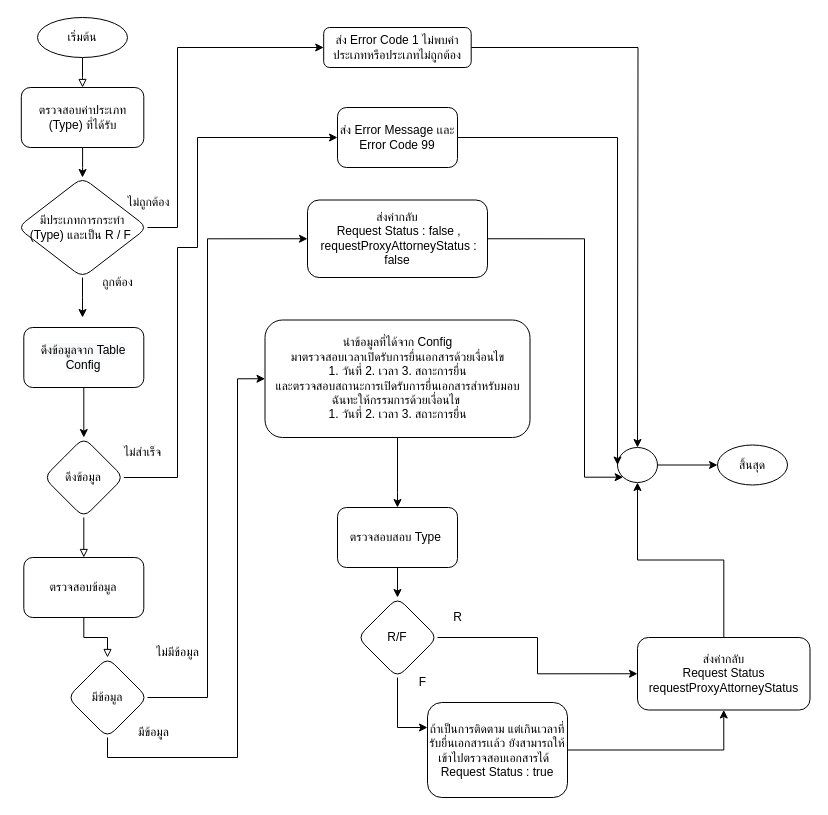
Above: checkRequest.drawio in charifrodmanee/charifrodmanee (draw.io), before the change. Source tidied: cells renumbered, new cells numbered last; positions are measured from the earlier drawing's top-left corner, leaving out a move shared by most shapes. Both pictures are drawn from the tidied source at 100%, with x=0, y=0 at pixel (17, 17).
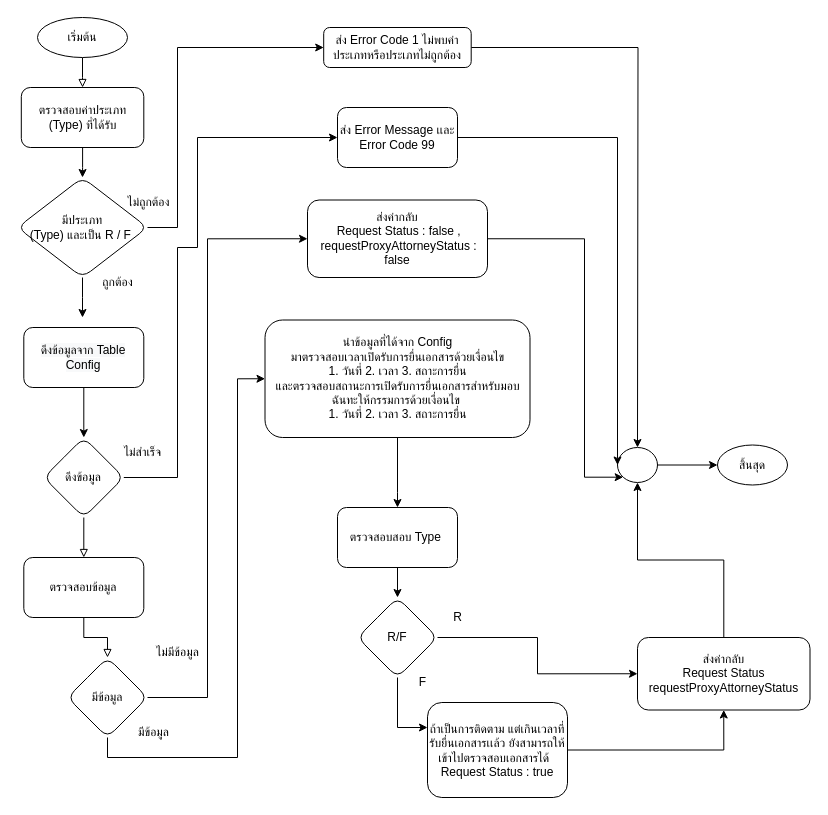
The same diagram, later.

Diff of the diagram source:
```diff
@@
-    <mxCell id="9" value="มีประเภทการกระทำ&lt;br&gt;(Type) และเป็น R / F&amp;nbsp;" style="rhombus;whiteSpace=wrap;html=1;rounded=1;glass=0;strokeWidth=1;shadow=0;align=center;" parent="1" vertex="1">
+    <mxCell id="9" value="มีประเภท&lt;br&gt;(Type) และเป็น R / F&amp;nbsp;" style="rhombus;whiteSpace=wrap;html=1;rounded=1;glass=0;strokeWidth=1;shadow=0;align=center;" parent="1" vertex="1">
       <mxGeometry y="160" width="130" height="100" as="geometry" />
     </mxCell>
```
